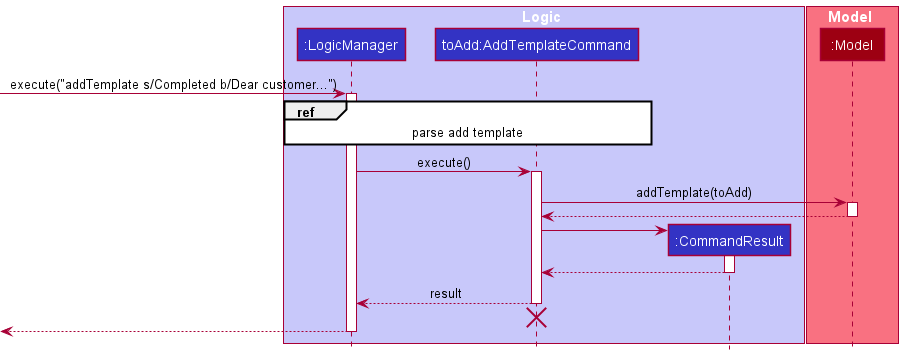
Earlier version of the PlantUML export docs/images/mail/AddTemplateSequenceDiagram.png (ooawagaeri/tp). Source of this version:
```plantuml
@startuml
!include ../style.puml

box Logic LOGIC_COLOR_T1
participant ":LogicManager" as LogicManager LOGIC_COLOR
participant "toAdd:AddTemplateCommand" as AddTemplateCommand LOGIC_COLOR
participant ":CommandResult" as CommandResult LOGIC_COLOR
end box

box Model MODEL_COLOR_T1
participant ":Model" as Model MODEL_COLOR
end box
[-> LogicManager : execute("addTemplate s/Completed b/Dear customer...")
activate LogicManager

ref over LogicManager, AddTemplateCommand : parse add template

LogicManager -> AddTemplateCommand : execute()
activate AddTemplateCommand

AddTemplateCommand -> Model : addTemplate(toAdd)
activate Model

Model --> AddTemplateCommand
deactivate Model

create CommandResult
AddTemplateCommand -> CommandResult
activate CommandResult

CommandResult --> AddTemplateCommand
deactivate CommandResult

AddTemplateCommand --> LogicManager : result
deactivate AddTemplateCommand

AddTemplateCommand -[hidden]-> LogicManager
destroy AddTemplateCommand

[<--LogicManager
deactivate LogicManager
@enduml
```
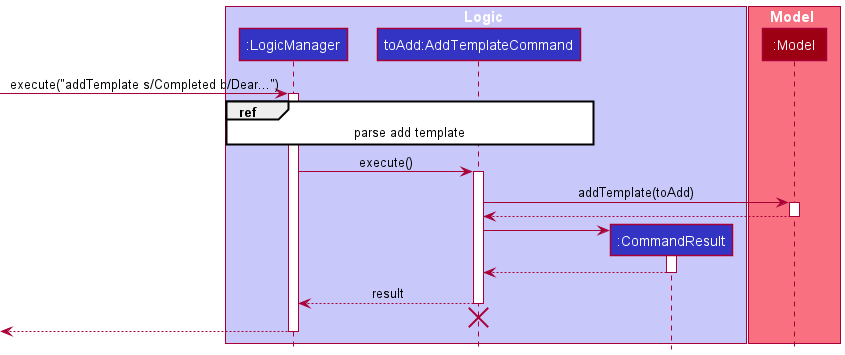
Later version of the same file.

Change to the diagram source:
```diff
@@ -10,7 +10,7 @@
 box Model MODEL_COLOR_T1
 participant ":Model" as Model MODEL_COLOR
 end box
-[-> LogicManager : execute("addTemplate s/Completed b/Dear customer...")
+[-> LogicManager : execute("addTemplate s/Completed b/Dear...")
 activate LogicManager
 
 ref over LogicManager, AddTemplateCommand : parse add template
```
